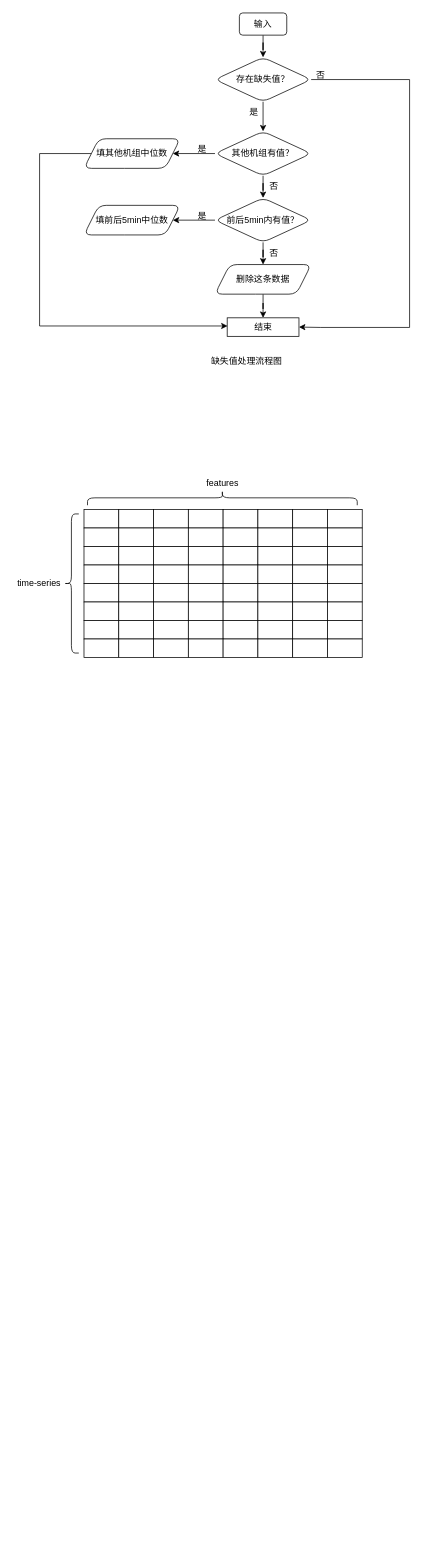
This is Untitled Diagram2.drawio from Wu-Xiang123/Hello-GItHub, a draw.io file, before an edit. Source tidied: cells renumbered, new cells numbered last; positions are measured from the earlier drawing's top-left corner, leaving out a move shared by most shapes. Both pictures are drawn from the tidied source at 74%, with x=0, y=0 at pixel (13, 13).
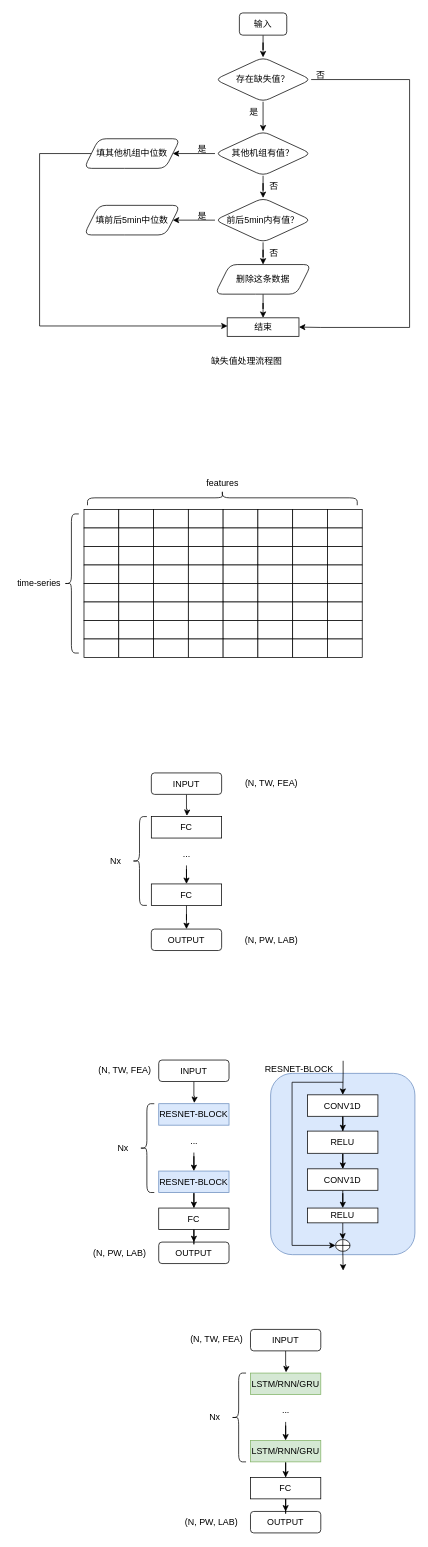
After the change.

Diff of the diagram source:
```diff
@@
+    <mxCell id="94" value="FC" style="rounded=0;whiteSpace=wrap;html=1;" parent="1" vertex="1">
+      <mxGeometry x="187" y="1086" width="95" height="29" as="geometry" />
+    </mxCell>
+    <mxCell id="95" style="edgeStyle=orthogonalEdgeStyle;rounded=0;jettySize=auto;html=1;" parent="1" edge="1" source="96" target="103">
+      <mxGeometry relative="1" as="geometry" />
+    </mxCell>
+    <mxCell id="96" value="FC" style="rounded=0;whiteSpace=wrap;html=1;" parent="1" vertex="1">
+      <mxGeometry x="187" y="1177" width="95" height="29" as="geometry" />
+    </mxCell>
+    <mxCell id="97" style="edgeStyle=orthogonalEdgeStyle;rounded=0;jettySize=auto;html=1;" parent="1" edge="1" source="98" target="96">
+      <mxGeometry relative="1" as="geometry" />
+    </mxCell>
+    <mxCell id="98" value="..." style="text;html=1;strokeColor=none;fillColor=none;align=center;verticalAlign=middle;whiteSpace=wrap;rounded=0;" parent="1" vertex="1">
+      <mxGeometry x="204.5" y="1122" width="60" height="30" as="geometry" />
+    </mxCell>
+    <mxCell id="99" style="shape=curlyBracket;whiteSpace=wrap;html=1;rounded=1;" parent="1" vertex="1">
+      <mxGeometry x="161" y="1086" width="20" height="120" as="geometry" />
+    </mxCell>
+    <mxCell id="100" value="Nx" style="text;html=1;strokeColor=none;fillColor=none;align=center;verticalAlign=middle;whiteSpace=wrap;rounded=0;" parent="1" vertex="1">
+      <mxGeometry x="109" y="1131" width="60" height="30" as="geometry" />
+    </mxCell>
+    <mxCell id="101" style="edgeStyle=orthogonalEdgeStyle;rounded=0;jettySize=auto;html=1;" parent="1" edge="1" source="102">
+      <mxGeometry relative="1" as="geometry">
+        <mxPoint x="235" y="1085" as="targetPoint" />
+      </mxGeometry>
+    </mxCell>
+    <mxCell id="102" value="INPUT" style="rounded=1;whiteSpace=wrap;html=1;" parent="1" vertex="1">
+      <mxGeometry x="187" y="1027" width="95" height="29" as="geometry" />
+    </mxCell>
+    <mxCell id="103" value="OUTPUT" style="rounded=1;whiteSpace=wrap;html=1;" parent="1" vertex="1">
+      <mxGeometry x="187" y="1238" width="95" height="29" as="geometry" />
+    </mxCell>
+    <mxCell id="104" value="(N, TW, FEA)" style="text;html=1;strokeColor=none;fillColor=none;align=center;verticalAlign=middle;whiteSpace=wrap;rounded=0;" parent="1" vertex="1">
+      <mxGeometry x="307" y="1026" width="85" height="30" as="geometry" />
+    </mxCell>
+    <mxCell id="105" value="(N, PW, LAB)" style="text;html=1;strokeColor=none;fillColor=none;align=center;verticalAlign=middle;whiteSpace=wrap;rounded=0;" parent="1" vertex="1">
+      <mxGeometry x="307" y="1238" width="85" height="30" as="geometry" />
+    </mxCell>
+    <mxCell id="106" value="RESNET-BLOCK" style="rounded=0;whiteSpace=wrap;html=1;fillColor=#dae8fc;strokeColor=#6c8ebf;" parent="1" vertex="1">
+      <mxGeometry x="197" y="1474" width="95" height="29" as="geometry" />
+    </mxCell>
+    <mxCell id="107" style="edgeStyle=orthogonalEdgeStyle;rounded=0;jettySize=auto;html=1;" parent="1" edge="1" source="108" target="119">
+      <mxGeometry relative="1" as="geometry" />
+    </mxCell>
+    <mxCell id="108" value="RESNET-BLOCK" style="rounded=0;whiteSpace=wrap;html=1;fillColor=#dae8fc;strokeColor=#6c8ebf;" parent="1" vertex="1">
+      <mxGeometry x="197" y="1565" width="95" height="29" as="geometry" />
+    </mxCell>
+    <mxCell id="109" style="edgeStyle=orthogonalEdgeStyle;rounded=0;jettySize=auto;html=1;" parent="1" edge="1" source="110" target="108">
+      <mxGeometry relative="1" as="geometry" />
+    </mxCell>
+    <mxCell id="110" value="..." style="text;html=1;strokeColor=none;fillColor=none;align=center;verticalAlign=middle;whiteSpace=wrap;rounded=0;" parent="1" vertex="1">
+      <mxGeometry x="214.5" y="1510" width="60" height="30" as="geometry" />
+    </mxCell>
+    <mxCell id="111" style="shape=curlyBracket;whiteSpace=wrap;html=1;rounded=1;" parent="1" vertex="1">
+      <mxGeometry x="171" y="1474" width="20" height="120" as="geometry" />
+    </mxCell>
+    <mxCell id="112" value="Nx" style="text;html=1;strokeColor=none;fillColor=none;align=center;verticalAlign=middle;whiteSpace=wrap;rounded=0;" parent="1" vertex="1">
+      <mxGeometry x="119" y="1519" width="60" height="30" as="geometry" />
+    </mxCell>
+    <mxCell id="113" style="edgeStyle=orthogonalEdgeStyle;rounded=0;jettySize=auto;html=1;" parent="1" edge="1" source="114">
+      <mxGeometry relative="1" as="geometry">
+        <mxPoint x="245" y="1473" as="targetPoint" />
+      </mxGeometry>
+    </mxCell>
+    <mxCell id="114" value="INPUT" style="rounded=1;whiteSpace=wrap;html=1;" parent="1" vertex="1">
+      <mxGeometry x="197" y="1415" width="95" height="29" as="geometry" />
+    </mxCell>
+    <mxCell id="115" value="OUTPUT" style="rounded=1;whiteSpace=wrap;html=1;" parent="1" vertex="1">
+      <mxGeometry x="197" y="1661" width="95" height="29" as="geometry" />
+    </mxCell>
+    <mxCell id="116" value="(N, TW, FEA)" style="text;html=1;strokeColor=none;fillColor=none;align=center;verticalAlign=middle;whiteSpace=wrap;rounded=0;" parent="1" vertex="1">
+      <mxGeometry x="109" y="1414" width="85" height="30" as="geometry" />
+    </mxCell>
+    <mxCell id="117" value="(N, PW, LAB)" style="text;html=1;strokeColor=none;fillColor=none;align=center;verticalAlign=middle;whiteSpace=wrap;rounded=0;" parent="1" vertex="1">
+      <mxGeometry x="102" y="1661" width="85" height="30" as="geometry" />
+    </mxCell>
+    <mxCell id="118" style="edgeStyle=orthogonalEdgeStyle;rounded=0;jettySize=auto;html=1;" parent="1" edge="1" source="119" target="115">
+      <mxGeometry relative="1" as="geometry" />
+    </mxCell>
+    <mxCell id="119" value="FC" style="rounded=0;whiteSpace=wrap;html=1;" parent="1" vertex="1">
+      <mxGeometry x="197" y="1615" width="95" height="29" as="geometry" />
+    </mxCell>
+    <mxCell id="120" style="rounded=1;whiteSpace=wrap;html=1;fillColor=#dae8fc;strokeColor=#6c8ebf;" parent="1" vertex="1">
+      <mxGeometry x="348.2" y="1433" width="195" height="245" as="geometry" />
+    </mxCell>
+    <mxCell id="121" style="edgeStyle=orthogonalEdgeStyle;rounded=0;jettySize=auto;html=1;entryX=0.5;entryY=0;entryDx=0;entryDy=0;" parent="1" edge="1" target="123">
+      <mxGeometry relative="1" as="geometry">
+        <mxPoint x="446.2" y="1416" as="sourcePoint" />
+        <Array as="points">
+          <mxPoint x="446.2" y="1434" />
+        </Array>
+      </mxGeometry>
+    </mxCell>
+    <mxCell id="122" style="edgeStyle=orthogonalEdgeStyle;rounded=0;jettySize=auto;html=1;" parent="1" edge="1" source="123" target="125">
+      <mxGeometry relative="1" as="geometry" />
+    </mxCell>
+    <mxCell id="123" value="CONV1D" style="rounded=0;whiteSpace=wrap;html=1;" parent="1" vertex="1">
+      <mxGeometry x="398.2" y="1462" width="95" height="29" as="geometry" />
+    </mxCell>
+    <mxCell id="124" style="edgeStyle=orthogonalEdgeStyle;rounded=0;jettySize=auto;html=1;" parent="1" edge="1" source="125" target="127">
+      <mxGeometry relative="1" as="geometry" />
+    </mxCell>
+    <mxCell id="125" value="RELU" style="rounded=0;whiteSpace=wrap;html=1;" parent="1" vertex="1">
+      <mxGeometry x="398.2" y="1511" width="95" height="30" as="geometry" />
+    </mxCell>
+    <mxCell id="126" style="edgeStyle=orthogonalEdgeStyle;rounded=0;jettySize=auto;html=1;" parent="1" edge="1" source="127" target="129">
+      <mxGeometry relative="1" as="geometry" />
+    </mxCell>
+    <mxCell id="127" value="CONV1D" style="rounded=0;whiteSpace=wrap;html=1;" parent="1" vertex="1">
+      <mxGeometry x="398.2" y="1562" width="95" height="29" as="geometry" />
+    </mxCell>
+    <mxCell id="128" style="edgeStyle=orthogonalEdgeStyle;rounded=0;jettySize=auto;html=1;" parent="1" edge="1" source="129" target="131">
+      <mxGeometry relative="1" as="geometry" />
+    </mxCell>
+    <mxCell id="129" value="RELU" style="rounded=0;whiteSpace=wrap;html=1;" parent="1" vertex="1">
+      <mxGeometry x="398.2" y="1615" width="95" height="20" as="geometry" />
+    </mxCell>
+    <mxCell id="130" style="edgeStyle=orthogonalEdgeStyle;rounded=0;jettySize=auto;html=1;exitX=0.5;exitY=1;exitDx=0;exitDy=0;exitPerimeter=0;" parent="1" edge="1" source="131">
+      <mxGeometry relative="1" as="geometry">
+        <mxPoint x="446.2" y="1699.5" as="targetPoint" />
+      </mxGeometry>
+    </mxCell>
+    <mxCell id="131" style="verticalLabelPosition=bottom;verticalAlign=top;html=1;shape=mxgraph.flowchart.summing_function;rounded=1;" parent="1" vertex="1">
+      <mxGeometry x="436" y="1657.5" width="19.5" height="16" as="geometry" />
+    </mxCell>
+    <mxCell id="132" style="edgeStyle=orthogonalEdgeStyle;rounded=0;jettySize=auto;html=1;entryX=0;entryY=0.5;entryDx=0;entryDy=0;entryPerimeter=0;" parent="1" edge="1" target="131">
+      <mxGeometry relative="1" as="geometry">
+        <mxPoint x="446.2" y="1445" as="sourcePoint" />
+        <Array as="points">
+          <mxPoint x="377.2" y="1445" />
+          <mxPoint x="377.2" y="1666" />
+        </Array>
+      </mxGeometry>
+    </mxCell>
+    <mxCell id="133" value="RESNET-BLOCK" style="text;html=1;strokeColor=none;fillColor=none;align=center;verticalAlign=middle;whiteSpace=wrap;rounded=0;" parent="1" vertex="1">
+      <mxGeometry x="338" y="1412" width="98" height="30" as="geometry" />
+    </mxCell>
+    <mxCell id="134" value="LSTM/RNN/GRU" style="rounded=0;whiteSpace=wrap;html=1;fillColor=#d5e8d4;strokeColor=#82b366;" parent="1" vertex="1">
+      <mxGeometry x="321" y="1838" width="95" height="29" as="geometry" />
+    </mxCell>
+    <mxCell id="135" style="edgeStyle=orthogonalEdgeStyle;rounded=0;jettySize=auto;html=1;" parent="1" edge="1" source="136" target="147">
+      <mxGeometry relative="1" as="geometry" />
+    </mxCell>
+    <mxCell id="136" value="LSTM/RNN/GRU" style="rounded=0;whiteSpace=wrap;html=1;fillColor=#d5e8d4;strokeColor=#82b366;" parent="1" vertex="1">
+      <mxGeometry x="321" y="1929" width="95" height="29" as="geometry" />
+    </mxCell>
+    <mxCell id="137" style="edgeStyle=orthogonalEdgeStyle;rounded=0;jettySize=auto;html=1;" parent="1" edge="1" source="138" target="136">
+      <mxGeometry relative="1" as="geometry" />
+    </mxCell>
+    <mxCell id="138" value="..." style="text;html=1;strokeColor=none;fillColor=none;align=center;verticalAlign=middle;whiteSpace=wrap;rounded=0;" parent="1" vertex="1">
+      <mxGeometry x="338.5" y="1874" width="60" height="30" as="geometry" />
+    </mxCell>
+    <mxCell id="139" style="shape=curlyBracket;whiteSpace=wrap;html=1;rounded=1;" parent="1" vertex="1">
+      <mxGeometry x="295" y="1838" width="20" height="120" as="geometry" />
+    </mxCell>
+    <mxCell id="140" value="Nx" style="text;html=1;strokeColor=none;fillColor=none;align=center;verticalAlign=middle;whiteSpace=wrap;rounded=0;" parent="1" vertex="1">
+      <mxGeometry x="243" y="1883" width="60" height="30" as="geometry" />
+    </mxCell>
+    <mxCell id="141" style="edgeStyle=orthogonalEdgeStyle;rounded=0;jettySize=auto;html=1;" parent="1" edge="1" source="142">
+      <mxGeometry relative="1" as="geometry">
+        <mxPoint x="369" y="1837" as="targetPoint" />
+      </mxGeometry>
+    </mxCell>
+    <mxCell id="142" value="INPUT" style="rounded=1;whiteSpace=wrap;html=1;" parent="1" vertex="1">
+      <mxGeometry x="321" y="1779" width="95" height="29" as="geometry" />
+    </mxCell>
+    <mxCell id="143" value="OUTPUT" style="rounded=1;whiteSpace=wrap;html=1;" parent="1" vertex="1">
+      <mxGeometry x="321" y="2025" width="95" height="29" as="geometry" />
+    </mxCell>
+    <mxCell id="144" value="(N, TW, FEA)" style="text;html=1;strokeColor=none;fillColor=none;align=center;verticalAlign=middle;whiteSpace=wrap;rounded=0;" parent="1" vertex="1">
+      <mxGeometry x="233" y="1778" width="85" height="30" as="geometry" />
+    </mxCell>
+    <mxCell id="145" value="(N, PW, LAB)" style="text;html=1;strokeColor=none;fillColor=none;align=center;verticalAlign=middle;whiteSpace=wrap;rounded=0;" parent="1" vertex="1">
+      <mxGeometry x="226" y="2025" width="85" height="30" as="geometry" />
+    </mxCell>
+    <mxCell id="146" style="edgeStyle=orthogonalEdgeStyle;rounded=0;jettySize=auto;html=1;" parent="1" edge="1" source="147" target="143">
+      <mxGeometry relative="1" as="geometry" />
+    </mxCell>
+    <mxCell id="147" value="FC" style="rounded=0;whiteSpace=wrap;html=1;" parent="1" vertex="1">
+      <mxGeometry x="321" y="1979" width="95" height="29" as="geometry" />
+    </mxCell>
```
